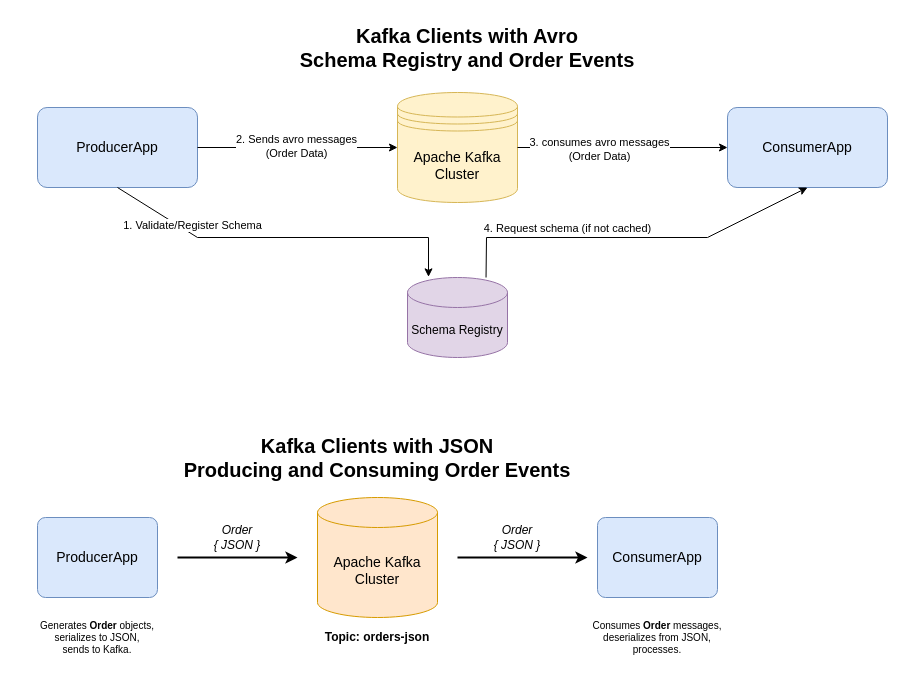
The draw.io diagram .diagrams/kotlin-getting-started-2.drawio in jaehyeon-kim/jaehyeon-kim.github.io, before the edit. Source tidied: cells renumbered, new cells numbered last; positions are measured from the earlier drawing's top-left corner, leaving out a move shared by most shapes. Both pictures are drawn from the tidied source at 100%, with x=0, y=0 at pixel (17, 17).
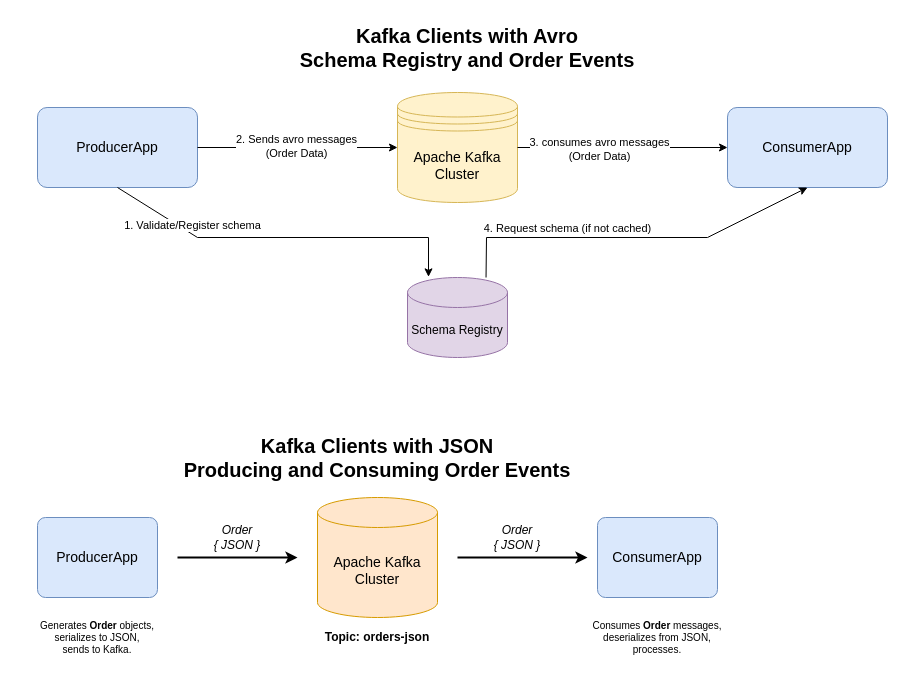
The same diagram, later.

Unchanged cells that the change refers to:
```xml
<mxCell id="10" style="endArrow=classic;html=1;rounded=0;exitX=0.5;exitY=1;exitDx=0;exitDy=0;entryX=0.21;entryY=-0.008;entryDx=0;entryDy=0;entryPerimeter=0;" parent="1" edge="1" source="2" target="9">
  <mxGeometry relative="1" as="geometry">
    <Array as="points">
      <mxPoint x="180" y="220" />
      <mxPoint x="411" y="220" />
    </Array>
  </mxGeometry>
</mxCell>
```

Diff of the diagram source:
```diff
@@
-    <mxCell id="11" value="1. Validate/Register Schema" style="edgeLabel;html=1;align=center;verticalAlign=middle;" parent="10" vertex="1">
+    <mxCell id="11" value="1. Validate/Register schema" style="edgeLabel;html=1;align=center;verticalAlign=middle;" parent="10" vertex="1">
       <mxGeometry x="-0.52" y="-1" relative="1" as="geometry">
         <mxPoint y="-10" as="offset" />
       </mxGeometry>
     </mxCell>
```
